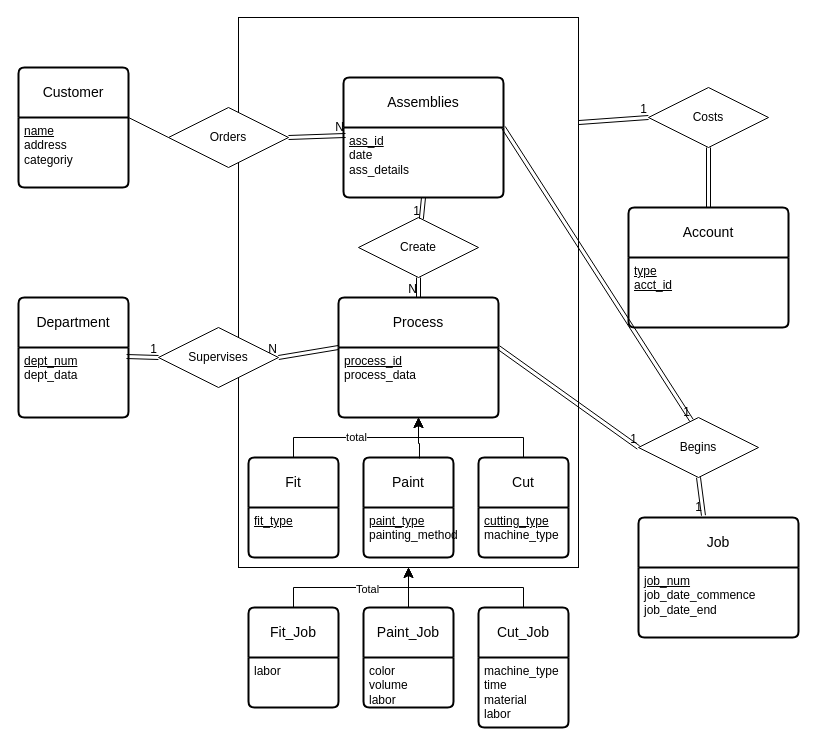
Earlier version of the draw.io diagram Project/Project.drawio (nurfnick/DBMS). Source tidied: cells renumbered, new cells numbered last; positions are measured from the earlier drawing's top-left corner, leaving out a move shared by most shapes. Both pictures are drawn from the tidied source at 100%, with x=0, y=0 at pixel (18, 17).
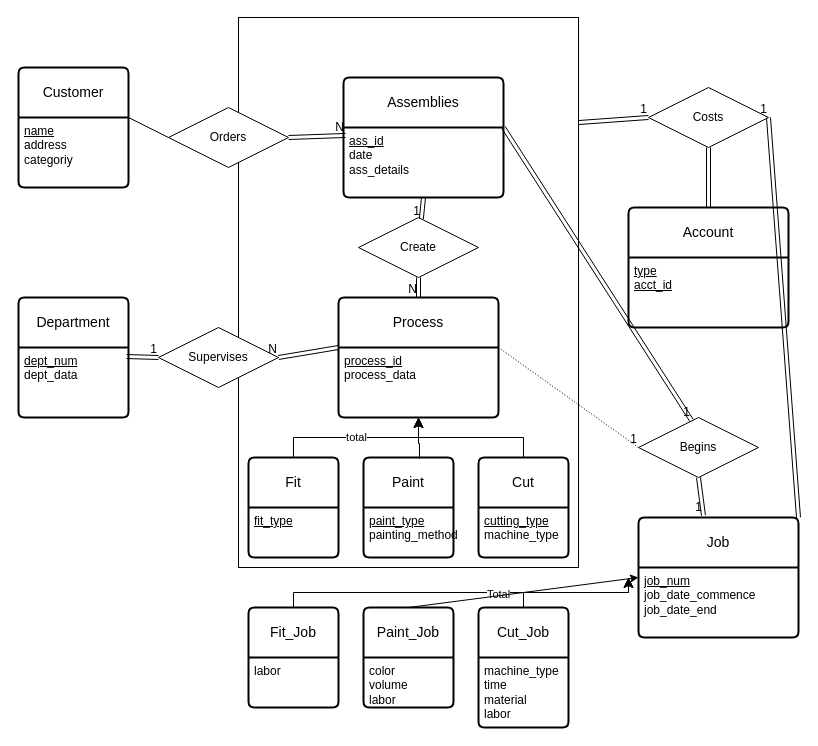
The same diagram, later.

Unchanged cells that the change refers to:
```xml
<mxCell id="2" style="rounded=0;whiteSpace=wrap;html=1;" parent="1" vertex="1">
  <mxGeometry x="220" width="340" height="550" as="geometry" />
</mxCell>
<mxCell id="7" value="&lt;div&gt;&lt;u&gt;process_id&lt;/u&gt;&lt;/div&gt;&lt;div&gt;process_data&lt;br&gt;&lt;/div&gt;" style="align=left;strokeColor=none;fillColor=none;spacingLeft=4;fontSize=12;verticalAlign=top;html=1;" parent="6" vertex="1">
  <mxGeometry y="50" width="160" height="70" as="geometry" />
</mxCell>
<mxCell id="34" value="Costs" style="shape=rhombus;perimeter=rhombusPerimeter;whiteSpace=wrap;html=1;align=center;" parent="1" vertex="1">
  <mxGeometry x="630" y="70" width="120" height="60" as="geometry" />
</mxCell>
<mxCell id="37" value="Paint_Job" style="swimlane;horizontal=1;startSize=50;rounded=1;fontSize=14;fontStyle=0;strokeWidth=2;shadow=0;dashed=0;align=center;arcSize=4;whiteSpace=wrap;html=1;" parent="1" vertex="1">
  <mxGeometry x="345" y="590" width="90" height="100" as="geometry" />
</mxCell>
<mxCell id="39" value="Cut_Job" style="swimlane;horizontal=1;startSize=50;rounded=1;fontSize=14;fontStyle=0;strokeWidth=2;shadow=0;dashed=0;align=center;arcSize=4;whiteSpace=wrap;html=1;" parent="1" vertex="1">
  <mxGeometry x="460" y="590" width="90" height="120" as="geometry" />
</mxCell>
<mxCell id="41" value="Fit_Job" style="swimlane;horizontal=1;startSize=50;rounded=1;fontSize=14;fontStyle=0;strokeWidth=2;shadow=0;dashed=0;align=center;arcSize=4;whiteSpace=wrap;html=1;" parent="1" vertex="1">
  <mxGeometry x="230" y="590" width="90" height="100" as="geometry" />
</mxCell>
<mxCell id="47" value="Job" style="swimlane;horizontal=1;startSize=50;rounded=1;fontSize=14;fontStyle=0;strokeWidth=2;shadow=0;dashed=0;align=center;arcSize=4;whiteSpace=wrap;html=1;" parent="1" vertex="1">
  <mxGeometry x="620" y="500" width="160" height="120" as="geometry" />
</mxCell>
<mxCell id="49" value="Begins" style="shape=rhombus;perimeter=rhombusPerimeter;whiteSpace=wrap;html=1;align=center;" parent="1" vertex="1">
  <mxGeometry x="620" y="400" width="120" height="60" as="geometry" />
</mxCell>
```

What changed in the source:
```diff
@@
-    <mxCell id="43" style="edgeStyle=elbowEdgeStyle;elbow=vertical;endArrow=classic;html=1;curved=0;rounded=0;endSize=8;startSize=8;exitX=0.5;exitY=0;exitDx=0;exitDy=0;entryX=0.5;entryY=1;entryDx=0;entryDy=0;" parent="1" edge="1" source="41" target="2">
-      <mxGeometry relative="1" as="geometry" />
+    <mxCell id="43" style="edgeStyle=elbowEdgeStyle;elbow=vertical;endArrow=classic;html=1;curved=0;rounded=0;endSize=8;startSize=8;exitX=0.5;exitY=0;exitDx=0;exitDy=0;" parent="1" edge="1" source="41">
+      <mxGeometry relative="1" as="geometry">
+        <mxPoint x="610" y="560" as="targetPoint" />
+      </mxGeometry>
     </mxCell>
@@
-    <mxCell id="45" style="edgeStyle=elbowEdgeStyle;elbow=vertical;endArrow=classic;html=1;curved=0;rounded=0;endSize=8;startSize=8;exitX=0.5;exitY=0;exitDx=0;exitDy=0;entryX=0.5;entryY=1;entryDx=0;entryDy=0;" parent="1" edge="1" source="39" target="2">
-      <mxGeometry relative="1" as="geometry" />
+    <mxCell id="45" style="edgeStyle=elbowEdgeStyle;elbow=vertical;endArrow=classic;html=1;curved=0;rounded=0;endSize=8;startSize=8;exitX=0.5;exitY=0;exitDx=0;exitDy=0;" parent="1" edge="1" source="39">
+      <mxGeometry relative="1" as="geometry">
+        <mxPoint x="610" y="560" as="targetPoint" />
+      </mxGeometry>
     </mxCell>
-    <mxCell id="46" style="endArrow=classic;html=1;rounded=0;exitX=0.5;exitY=0;exitDx=0;exitDy=0;entryX=0.5;entryY=1;entryDx=0;entryDy=0;" parent="1" edge="1" source="37" target="2">
+    <mxCell id="46" style="endArrow=classic;html=1;rounded=0;exitX=0.5;exitY=0;exitDx=0;exitDy=0;entryX=0;entryY=0.5;entryDx=0;entryDy=0;" parent="1" edge="1" source="37" target="47">
       <mxGeometry relative="1" as="geometry" />
     </mxCell>
@@
-    <mxCell id="50" style="shape=link;html=1;rounded=0;entryX=0;entryY=0.5;entryDx=0;entryDy=0;exitX=1;exitY=0;exitDx=0;exitDy=0;" parent="1" edge="1" source="7" target="49">
-      <mxGeometry relative="1" as="geometry" />
-    </mxCell>
-    <mxCell id="51" value="1" style="html=1;whiteSpace=wrap;align=right;verticalAlign=bottom;" parent="50" vertex="1">
-      <mxGeometry x="1" relative="1" as="geometry" />
-    </mxCell>
@@
+    <mxCell id="50" style="endArrow=none;html=1;rounded=0;dashed=1;dashPattern=1 2;exitX=1;exitY=0;exitDx=0;exitDy=0;entryX=0;entryY=0.5;entryDx=0;entryDy=0;" parent="1" edge="1" source="7" target="49">
+      <mxGeometry relative="1" as="geometry" />
+    </mxCell>
+    <mxCell id="59" value="1" style="html=1;whiteSpace=wrap;align=right;verticalAlign=bottom;" parent="50" vertex="1">
+      <mxGeometry x="1" relative="1" as="geometry" />
+    </mxCell>
+    <mxCell id="60" style="shape=link;html=1;rounded=0;entryX=1;entryY=0.5;entryDx=0;entryDy=0;exitX=1;exitY=0;exitDx=0;exitDy=0;" parent="1" edge="1" source="47" target="34">
+      <mxGeometry relative="1" as="geometry" />
+    </mxCell>
+    <mxCell id="61" value="1" style="html=1;whiteSpace=wrap;align=right;verticalAlign=bottom;" parent="60" vertex="1">
+      <mxGeometry x="1" relative="1" as="geometry" />
+    </mxCell>
```
